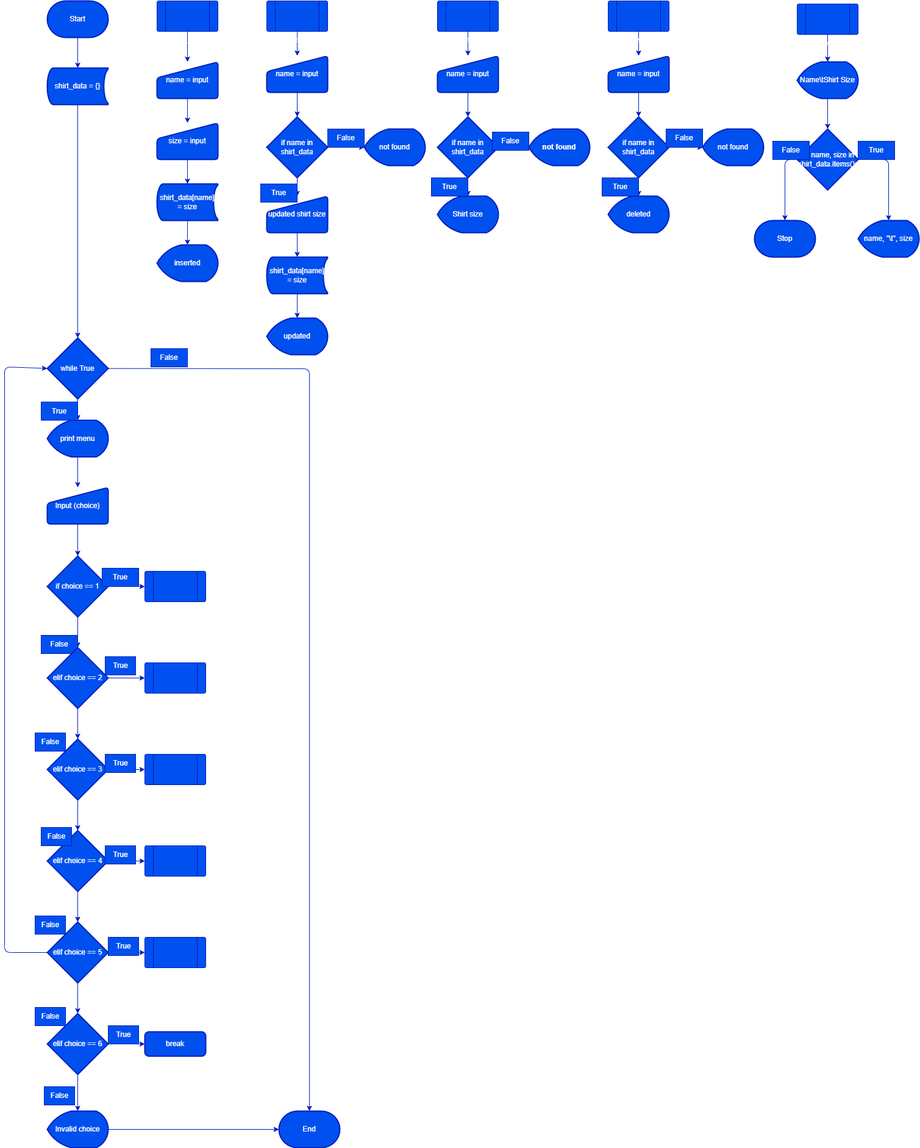
Before: Problem_Solving/shirt_data.drawio.png, a diagram exported from draw.io (Kainapat/Kainapxt). Source tidied: cells renumbered, new cells last; positions are measured from the earlier drawing's top-left corner, leaving out a move shared by most shapes.
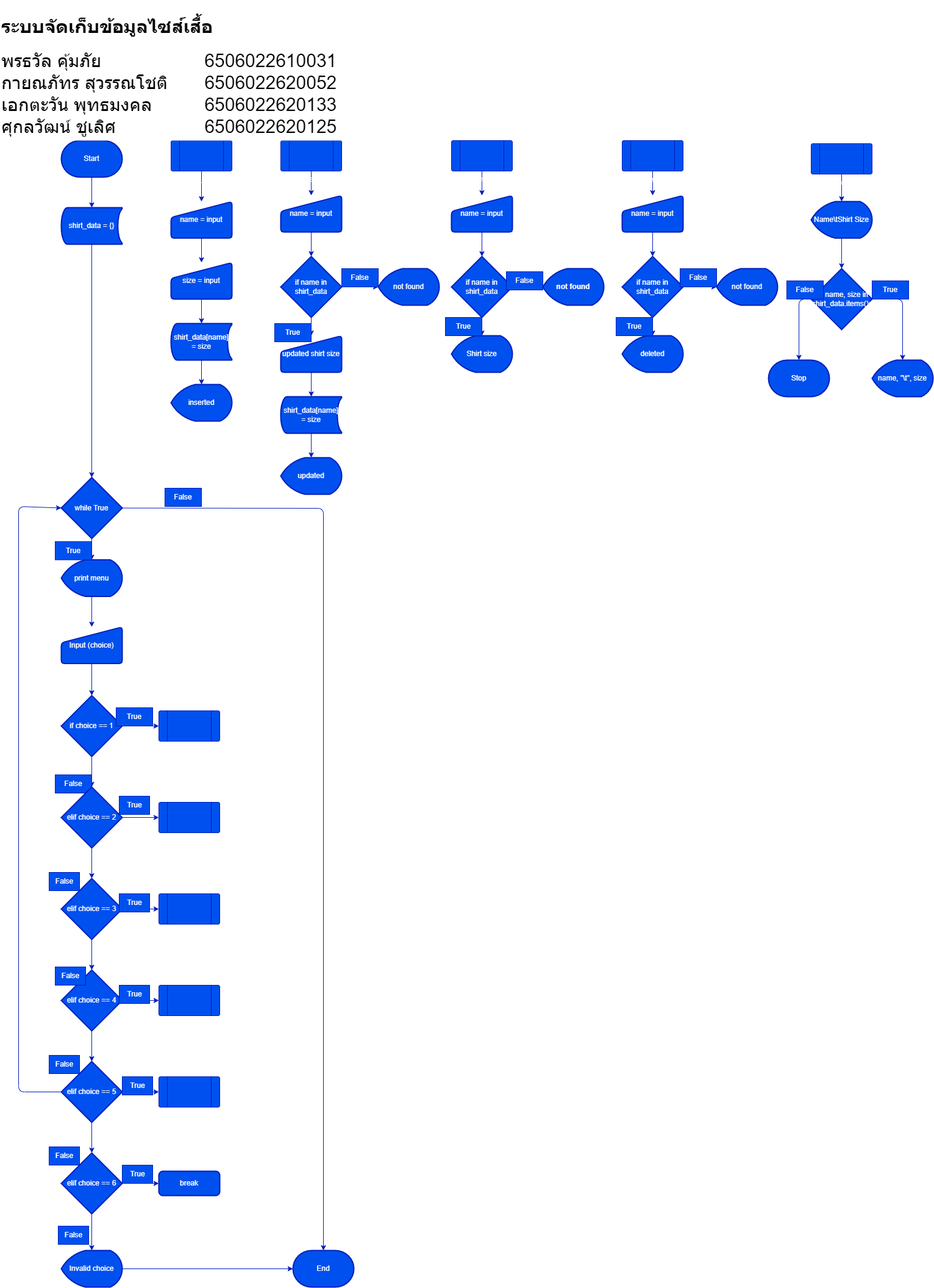
After the change.

Diff of the diagram source:
```diff
@@ -349,5 +349,8 @@
     <mxCell id="111" value="False" style="text;html=1;align=center;verticalAlign=middle;strokeColor=#001DBC;fillColor=#0050ef;fontColor=#ffffff;" parent="1" vertex="1">
       <mxGeometry x="65" y="1780" width="50" height="30" as="geometry" />
     </mxCell>
+    <mxCell id="112" value="&lt;h1 style=&quot;font-size: 30px;&quot;&gt;&lt;font style=&quot;font-size: 30px;&quot;&gt;ระบบจัดเก็บข้อมูลไซส์เสื้อ&lt;/font&gt;&lt;/h1&gt;&lt;div style=&quot;font-size: 30px;&quot;&gt;&lt;font style=&quot;font-size: 30px;&quot;&gt;พรธวัล คุ้มภัย&lt;span style=&quot;white-space: pre;&quot;&gt;&#9;&lt;/span&gt;&lt;span style=&quot;white-space: pre;&quot;&gt;&#9;&lt;/span&gt;&lt;span style=&quot;white-space: pre;&quot;&gt;&#9;&lt;/span&gt;6506022610031&lt;br&gt;&lt;/font&gt;&lt;/div&gt;&lt;div style=&quot;font-size: 30px;&quot;&gt;&lt;font style=&quot;font-size: 30px;&quot;&gt;กายณภัทร สุวรรณโชติ&lt;span style=&quot;white-space: pre;&quot;&gt;&#9;&lt;/span&gt;6506022620052&lt;/font&gt;&lt;/div&gt;&lt;div style=&quot;font-size: 30px;&quot;&gt;&lt;font style=&quot;font-size: 30px;&quot;&gt;เอกตะวัน พุทธมงคล&lt;span style=&quot;white-space: pre;&quot;&gt;&#9;&lt;/span&gt;&lt;span style=&quot;white-space: pre;&quot;&gt;&#9;&lt;/span&gt;6506022620133&lt;br&gt;&lt;/font&gt;&lt;/div&gt;&lt;div style=&quot;font-size: 30px;&quot;&gt;&lt;font style=&quot;font-size: 30px;&quot;&gt;ศุกลวัฒน์ ชูเลิศ &lt;span style=&quot;white-space: pre;&quot;&gt;&#9;&lt;/span&gt;&lt;span style=&quot;white-space: pre;&quot;&gt;&#9;&lt;/span&gt;6506022620125&lt;/font&gt;&lt;/div&gt;" style="text;html=1;align=left;verticalAlign=middle;fillColor=default;" parent="1" vertex="1">
+      <mxGeometry x="-30" y="-230" width="570" height="230" as="geometry" />
+    </mxCell>
   </root>
 </mxGraphModel>
```
